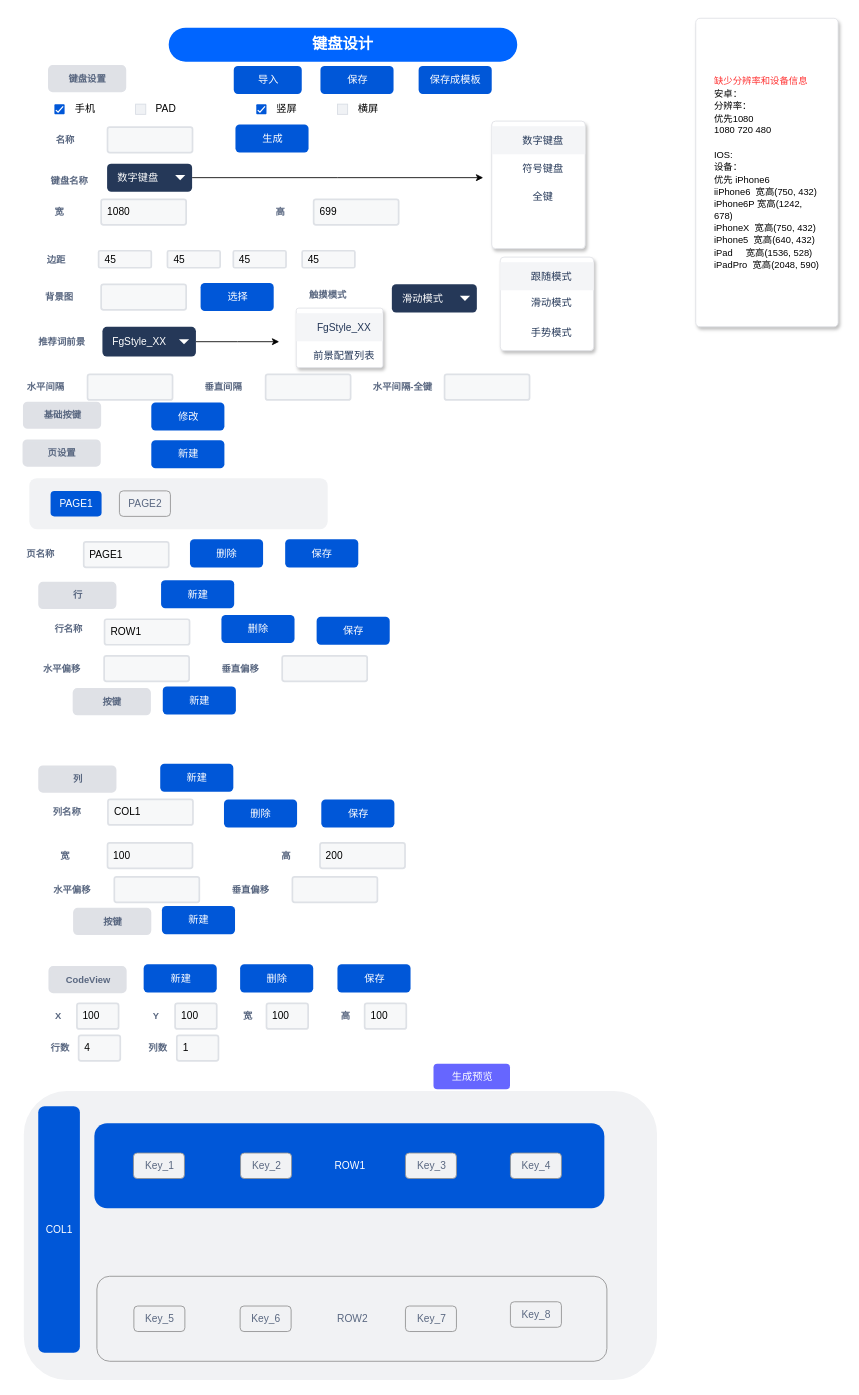
Before: layout-editor/键盘设置.drawio in chonglv/charts, a draw.io diagram. Source tidied: cells renumbered, new cells numbered last; positions are measured from the earlier drawing's top-left corner, leaving out a move shared by most shapes. Both pictures are drawn from the tidied source at 85%, with x=0, y=0 at pixel (14, 18).
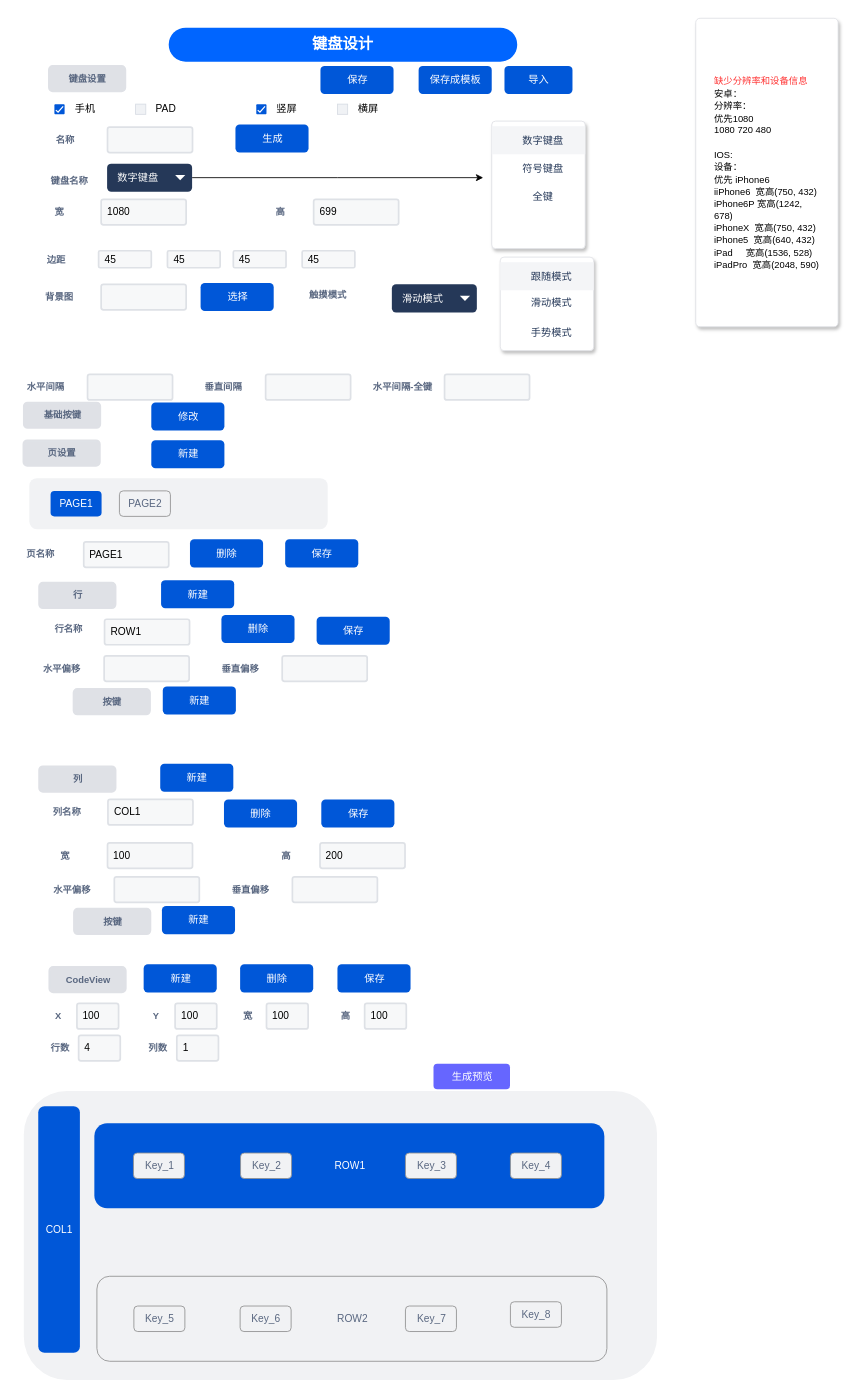
The same page after the edit.

Commit message:
更新键盘设置.drawio

Diff of the diagram source:
```diff
@@
     <mxCell id="103" value="导入" style="rounded=1;fillColor=#0057D8;align=center;strokeColor=none;html=1;fontColor=#ffffff;fontSize=12;" parent="1" vertex="1">
-      <mxGeometry x="258.5" y="56" width="80" height="33" as="geometry" />
+      <mxGeometry x="577" y="56" width="80" height="33" as="geometry" />
     </mxCell>
@@
-    <mxCell id="108" value="推荐词前景" style="fillColor=none;strokeColor=none;html=1;fontSize=11;fontStyle=0;align=center;fontColor=#596780;fontStyle=1;fontSize=11;" parent="1" vertex="1">
-      <mxGeometry x="26" y="370.5" width="60" height="20" as="geometry" />
-    </mxCell>
-    <mxCell id="109" style="edgeStyle=orthogonalEdgeStyle;rounded=0;jettySize=auto;html=1;" parent="1" edge="1" source="110">
-      <mxGeometry relative="1" as="geometry">
-        <mxPoint x="312" y="380.5" as="targetPoint" />
-      </mxGeometry>
-    </mxCell>
-    <mxCell id="110" value="FgStyle_XX" style="rounded=1;fillColor=#253858;strokeColor=none;html=1;fontColor=#ffffff;align=left;fontSize=12;spacingLeft=10;" parent="1" vertex="1">
-      <mxGeometry x="104" y="363" width="110" height="35" as="geometry" />
-    </mxCell>
-    <mxCell id="111" style="shape=triangle;direction=south;fillColor=#ffffff;strokeColor=none;html=1;" parent="110" vertex="1">
-      <mxGeometry x="1" y="0.5" width="12" height="6" relative="1" as="geometry">
-        <mxPoint x="-20" y="-3" as="offset" />
-      </mxGeometry>
-    </mxCell>
-    <mxCell id="112" style="rounded=1;fillColor=#ffffff;strokeColor=#DFE1E5;shadow=1;html=1;arcSize=4;align=center;" parent="1" vertex="1">
-      <mxGeometry x="332" y="341" width="102" height="70" as="geometry" />
-    </mxCell>
-    <mxCell id="113" value="FgStyle_XX" style="rounded=0;fillColor=#F4F5F7;strokeColor=none;shadow=0;html=1;align=center;fontSize=12;spacingLeft=10;fontColor=#253858;" parent="112" vertex="1">
-      <mxGeometry width="102" height="33" relative="1" as="geometry">
-        <mxPoint y="6" as="offset" />
-      </mxGeometry>
-    </mxCell>
-    <mxCell id="114" value="前景配置列表" style="rounded=0;fillColor=none;strokeColor=none;shadow=0;html=1;align=center;fontSize=12;spacingLeft=10;fontColor=#253858;" parent="112" vertex="1">
-      <mxGeometry width="102" height="33" relative="1" as="geometry">
-        <mxPoint y="39" as="offset" />
-      </mxGeometry>
-    </mxCell>
```
